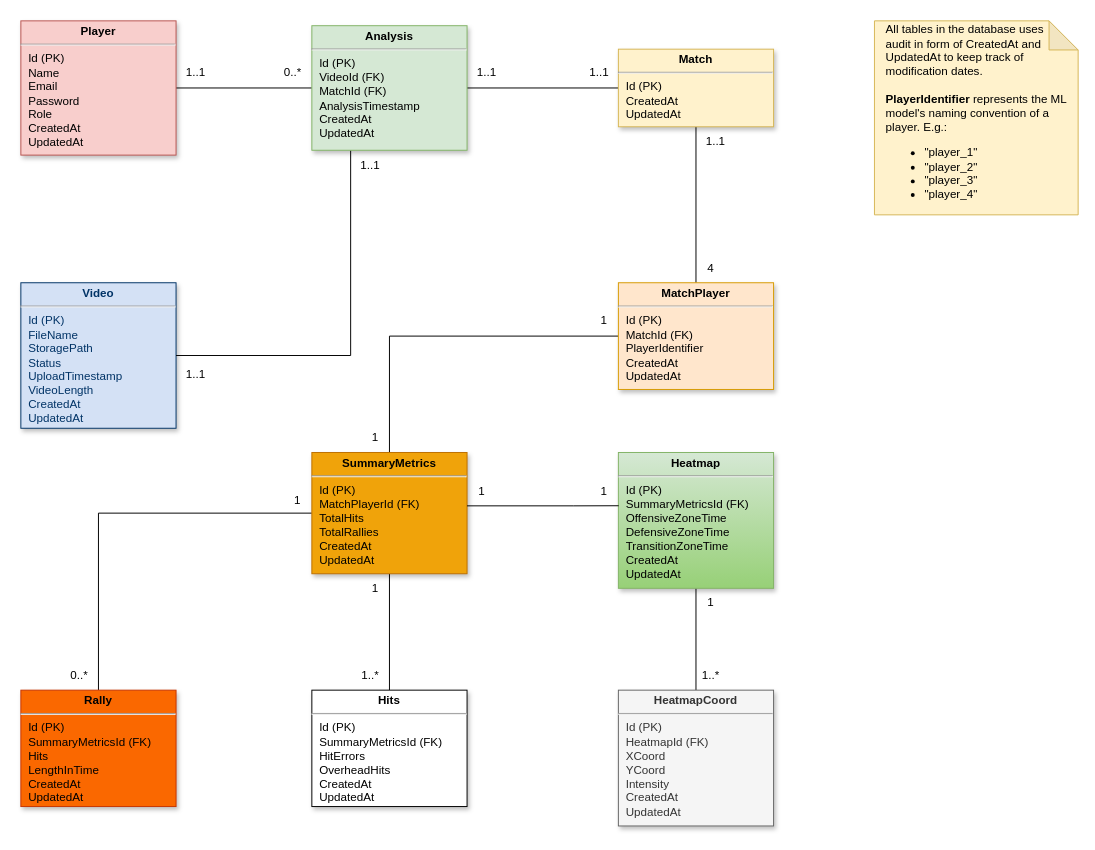
Earlier version of the draw.io diagram Documentation/Analysis/Diagrams/RelationalModel.drawio (Olsen7351/Bachlor2025-Padel). Source tidied: cells renumbered, new cells numbered last; positions are measured from the earlier drawing's top-left corner, leaving out a move shared by most shapes. Both pictures are drawn from the tidied source at 97%, with x=0, y=0 at pixel (20, 20).
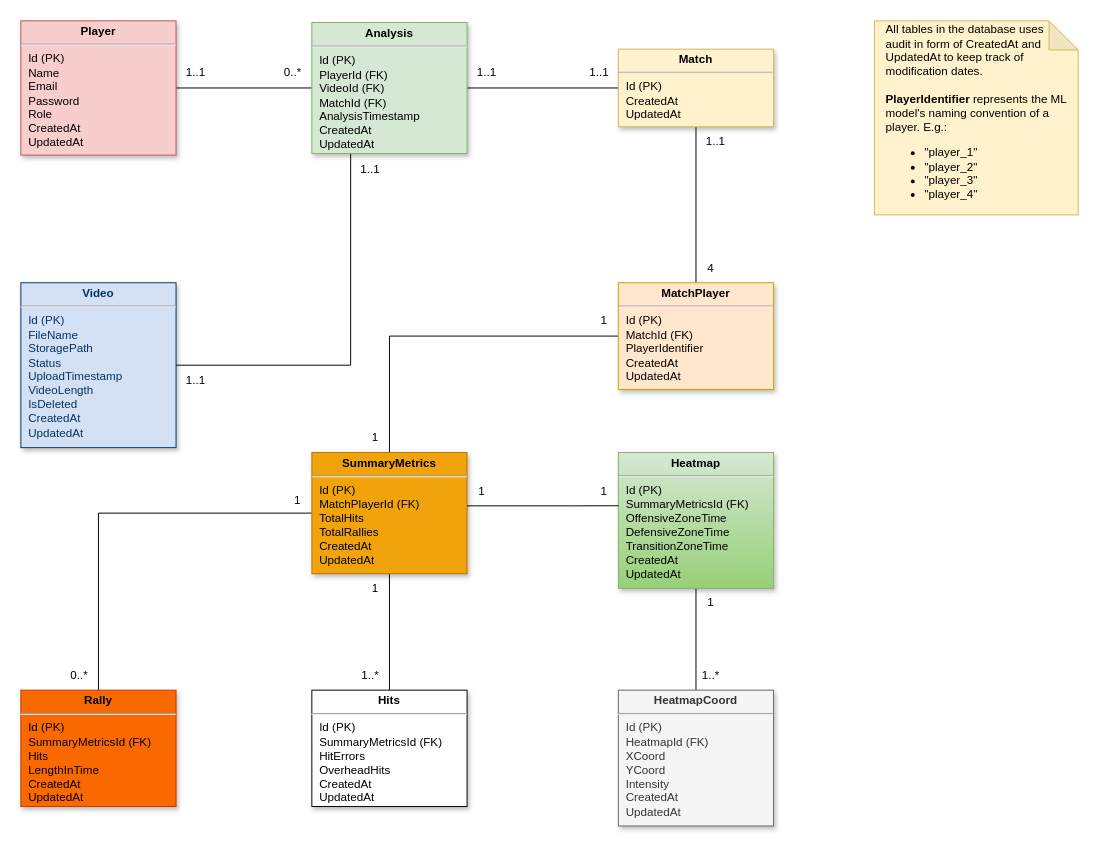
Above is the later version.

What changed in the source:
```diff
@@
-    <mxCell id="4" value="&lt;p style=&quot;margin: 4px 0px 0px; text-align: center;&quot;&gt;&lt;b style=&quot;&quot;&gt;Video&lt;/b&gt;&lt;/p&gt;&lt;hr&gt;&lt;p style=&quot;margin: 0px; margin-left: 8px;&quot;&gt;Id (PK)&lt;/p&gt;&lt;p style=&quot;margin: 0px; margin-left: 8px;&quot;&gt;FileName&lt;/p&gt;&lt;p style=&quot;margin: 0px; margin-left: 8px;&quot;&gt;StoragePath&lt;/p&gt;&lt;p style=&quot;margin: 0px; margin-left: 8px;&quot;&gt;Status&lt;/p&gt;&lt;p style=&quot;margin: 0px; margin-left: 8px;&quot;&gt;UploadTimestamp&lt;/p&gt;&lt;p style=&quot;margin: 0px; margin-left: 8px;&quot;&gt;VideoLength&lt;/p&gt;&lt;p style=&quot;margin: 0px; margin-left: 8px;&quot;&gt;CreatedAt&lt;/p&gt;&lt;p style=&quot;margin: 0px; margin-left: 8px;&quot;&gt;UpdatedAt&lt;/p&gt;" style="verticalAlign=top;align=left;overflow=fill;fontSize=12;fontFamily=Helvetica;html=1;strokeColor=#003366;shadow=1;fillColor=#D4E1F5;fontColor=#003366;" parent="1" vertex="1">
-      <mxGeometry y="270" width="160" height="150" as="geometry" />
+    <mxCell id="4" value="&lt;p style=&quot;margin: 4px 0px 0px; text-align: center;&quot;&gt;&lt;b style=&quot;&quot;&gt;Video&lt;/b&gt;&lt;/p&gt;&lt;hr&gt;&lt;p style=&quot;margin: 0px; margin-left: 8px;&quot;&gt;Id (PK)&lt;/p&gt;&lt;p style=&quot;margin: 0px; margin-left: 8px;&quot;&gt;FileName&lt;/p&gt;&lt;p style=&quot;margin: 0px; margin-left: 8px;&quot;&gt;StoragePath&lt;/p&gt;&lt;p style=&quot;margin: 0px; margin-left: 8px;&quot;&gt;Status&lt;/p&gt;&lt;p style=&quot;margin: 0px; margin-left: 8px;&quot;&gt;UploadTimestamp&lt;/p&gt;&lt;p style=&quot;margin: 0px; margin-left: 8px;&quot;&gt;VideoLength&lt;/p&gt;&lt;p style=&quot;margin: 0px; margin-left: 8px;&quot;&gt;IsDeleted&lt;/p&gt;&lt;p style=&quot;margin: 0px; margin-left: 8px;&quot;&gt;CreatedAt&lt;/p&gt;&lt;p style=&quot;margin: 0px; margin-left: 8px;&quot;&gt;UpdatedAt&lt;/p&gt;" style="verticalAlign=top;align=left;overflow=fill;fontSize=12;fontFamily=Helvetica;html=1;strokeColor=#003366;shadow=1;fillColor=#D4E1F5;fontColor=#003366;" parent="1" vertex="1">
+      <mxGeometry y="270" width="160" height="170" as="geometry" />
     </mxCell>
@@
-    <mxCell id="7" value="&lt;p style=&quot;margin: 4px 0px 0px; text-align: center;&quot;&gt;&lt;b&gt;Analysis&lt;/b&gt;&lt;/p&gt;&lt;hr&gt;&lt;p style=&quot;margin: 0px; margin-left: 8px;&quot;&gt;Id (PK)&lt;/p&gt;&lt;p style=&quot;margin: 0px; margin-left: 8px;&quot;&gt;VideoId (FK)&lt;/p&gt;&lt;p style=&quot;margin: 0px; margin-left: 8px;&quot;&gt;MatchId (FK)&lt;/p&gt;&lt;p style=&quot;margin: 0px; margin-left: 8px;&quot;&gt;AnalysisTimestamp&lt;/p&gt;&lt;p style=&quot;margin: 0px; margin-left: 8px;&quot;&gt;CreatedAt&lt;/p&gt;&lt;p style=&quot;margin: 0px; margin-left: 8px;&quot;&gt;UpdatedAt&lt;/p&gt;" style="verticalAlign=top;align=left;overflow=fill;fontSize=12;fontFamily=Helvetica;html=1;strokeColor=#82b366;shadow=1;fillColor=#d5e8d4;" parent="1" vertex="1">
-      <mxGeometry x="300" y="5" width="160" height="128.4" as="geometry" />
+    <mxCell id="7" value="&lt;p style=&quot;margin: 4px 0px 0px; text-align: center;&quot;&gt;&lt;b&gt;Analysis&lt;/b&gt;&lt;/p&gt;&lt;hr&gt;&lt;p style=&quot;margin: 0px; margin-left: 8px;&quot;&gt;Id (PK)&lt;/p&gt;&lt;p style=&quot;margin: 0px; margin-left: 8px;&quot;&gt;PlayerId (FK)&lt;/p&gt;&lt;p style=&quot;margin: 0px; margin-left: 8px;&quot;&gt;VideoId (FK)&lt;/p&gt;&lt;p style=&quot;margin: 0px; margin-left: 8px;&quot;&gt;MatchId (FK)&lt;/p&gt;&lt;p style=&quot;margin: 0px; margin-left: 8px;&quot;&gt;AnalysisTimestamp&lt;/p&gt;&lt;p style=&quot;margin: 0px; margin-left: 8px;&quot;&gt;CreatedAt&lt;/p&gt;&lt;p style=&quot;margin: 0px; margin-left: 8px;&quot;&gt;UpdatedAt&lt;/p&gt;" style="verticalAlign=top;align=left;overflow=fill;fontSize=12;fontFamily=Helvetica;html=1;strokeColor=#82b366;shadow=1;fillColor=#d5e8d4;" parent="1" vertex="1">
+      <mxGeometry x="300" y="1.7" width="160" height="135" as="geometry" />
     </mxCell>
@@
     <mxCell id="23" value="1..1" style="text;html=1;align=center;verticalAlign=middle;strokeColor=none;fillColor=none;" parent="1" vertex="1">
-      <mxGeometry x="340" y="134.4" width="40" height="30" as="geometry" />
+      <mxGeometry x="340" y="138" width="40" height="30" as="geometry" />
     </mxCell>
     <mxCell id="24" value="1..1" style="text;html=1;align=center;verticalAlign=middle;strokeColor=none;fillColor=none;" parent="1" vertex="1">
-      <mxGeometry x="160" y="350" width="40" height="30" as="geometry" />
+      <mxGeometry x="160" y="356" width="40" height="30" as="geometry" />
     </mxCell>
```
